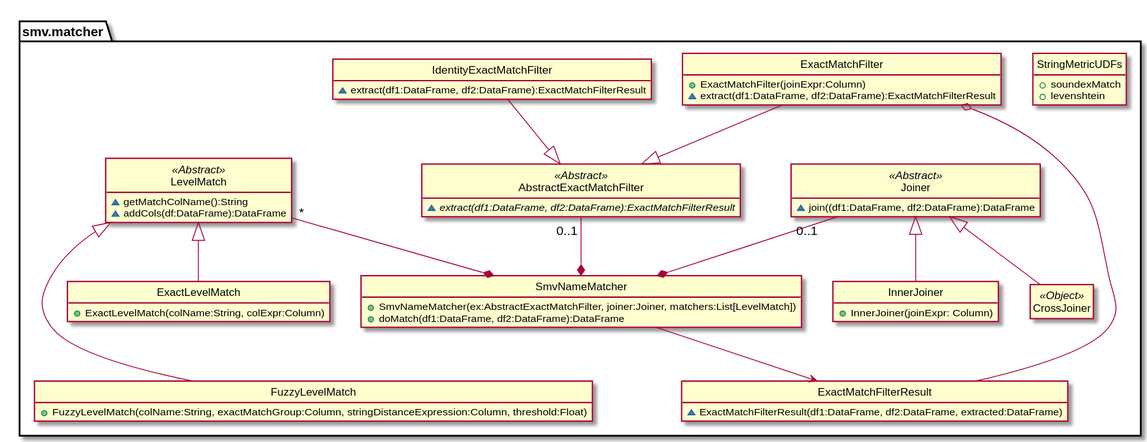
Earlier version of the PlantUML export docs/design/SmvNameMatcher/SmvNameMatcher.svg (TresAmigosSD/SMV). Its source is kept beside it as docs/design/SmvNameMatcher/SmvNameMatcher.puml. Source of this version:
```plantuml
@startuml
hide empty methods
hide empty fields
hide circle

package smv.matcher {
    class StringMetricUDFs {
        +soundexMatch
        +levenshtein
    }

    class SmvNameMatcher{
        +SmvNameMatcher(ex:AbstractExactMatchFilter, clm:CommonLevelMatcher, matchers:List[LevelMatcher])
        +doMatch(df1:DataFrame, df2:DataFrame):DataFrame
    }

    class ExactMatchFilterResult {
        ~ExactMatchFilterResult(remainingDF1:DataFrame, remainingDF2:DataFrame, extracted:DataFrame)
    }

    class AbstractExactMatchFilter <<Abstract>> {
        ~ {abstract} extract(df1:DataFrame, df2:DataFrame):ExactMatchFilterResult
    }

    class ExactMatchFilter{
        +ExactMatchFilter(colName: String, expr:Column)
        ~extract(df1:DataFrame, df2:DataFrame):ExactMatchFilterResult
    }

    class IdentityExactMatchFilter {
        ~extract(df1:DataFrame, df2:DataFrame):ExactMatchFilterResult
    }

    class CommonLevelMatcher <<Abstract>> {
        ~ {abstract} join((df1:DataFrame, df2:DataFrame):DataFrame
    }

    class CommonLevelMatcherExpression {
        +CommonLevelMatcherExpression(expr: Column)
        ~join((df1:DataFrame, df2:DataFrame):DataFrame
    }

    class CommonLevelMatcherNone <<Object>> {
        ~join((df1:DataFrame, df2:DataFrame):DataFrame
    }

    class LevelMatcher <<Abstract>> {
        ~getMatchColName():String
        ~addCols(df:DataFrame):DataFrame
    }

    class ExactLevelMatcher {
        +ExactLevelMatcher(colName:String, exactMatchExpression:Column)
    }

    class FuzzyLevelMatcher {
        +FuzzyLevelMatcher(colName:String, exactMatchExpression:Column, stringDistanceExpression:Column, threshold:Float)
    }
}

AbstractExactMatchFilter "0..1" --* SmvNameMatcher
CommonLevelMatcher "0..1" --* SmvNameMatcher
LevelMatcher "*" --* SmvNameMatcher

LevelMatcher <|-- ExactLevelMatcher
LevelMatcher <|--- FuzzyLevelMatcher

CommonLevelMatcher <|-- CommonLevelMatcherExpression
CommonLevelMatcher <|-- CommonLevelMatcherNone

IdentityExactMatchFilter --|> AbstractExactMatchFilter
ExactMatchFilter --|> AbstractExactMatchFilter

ExactMatchFilter o-- ExactMatchFilterResult
IdentityExactMatchFilter o-- ExactMatchFilterResult
SmvNameMatcher --> ExactMatchFilterResult

@enduml
```
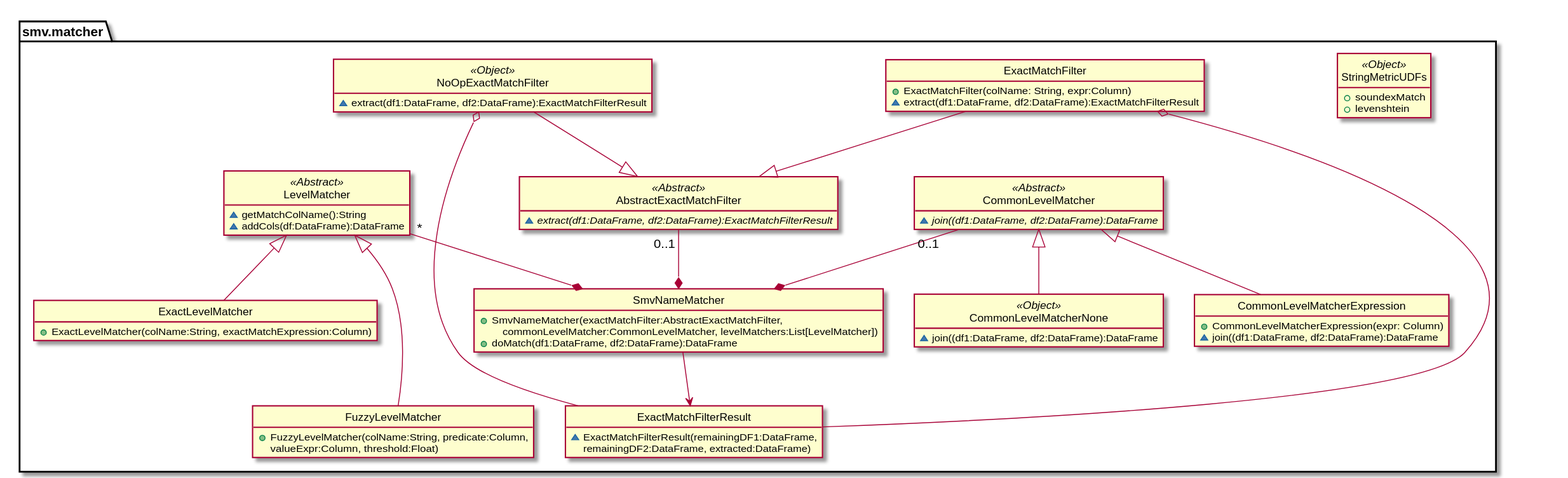
After the commit.

Commit message:
Bit of documentation and some name changes

Diff of the diagram source:
```diff
@@ -4,18 +4,20 @@
 hide circle
 
 package smv.matcher {
-    class StringMetricUDFs {
+    class StringMetricUDFs <<Object>> {
         +soundexMatch
         +levenshtein
     }
 
     class SmvNameMatcher{
-        +SmvNameMatcher(ex:AbstractExactMatchFilter, clm:CommonLevelMatcher, matchers:List[LevelMatcher])
+        +SmvNameMatcher(exactMatchFilter:AbstractExactMatchFilter,
+            commonLevelMatcher:CommonLevelMatcher, levelMatchers:List[LevelMatcher])
         +doMatch(df1:DataFrame, df2:DataFrame):DataFrame
     }
 
     class ExactMatchFilterResult {
-        ~ExactMatchFilterResult(remainingDF1:DataFrame, remainingDF2:DataFrame, extracted:DataFrame)
+        ~ExactMatchFilterResult(remainingDF1:DataFrame,
+        remainingDF2:DataFrame, extracted:DataFrame)
     }
 
     class AbstractExactMatchFilter <<Abstract>> {
@@ -27,7 +29,7 @@
         ~extract(df1:DataFrame, df2:DataFrame):ExactMatchFilterResult
     }
 
-    class IdentityExactMatchFilter {
+    class NoOpExactMatchFilter <<Object>> {
         ~extract(df1:DataFrame, df2:DataFrame):ExactMatchFilterResult
     }
 
@@ -54,7 +56,8 @@
     }
 
     class FuzzyLevelMatcher {
-        +FuzzyLevelMatcher(colName:String, exactMatchExpression:Column, stringDistanceExpression:Column, threshold:Float)
+        +FuzzyLevelMatcher(colName:String, predicate:Column,
+        valueExpr:Column, threshold:Float)
     }
 }
 
@@ -68,11 +71,11 @@
 CommonLevelMatcher <|-- CommonLevelMatcherExpression
 CommonLevelMatcher <|-- CommonLevelMatcherNone
 
-IdentityExactMatchFilter --|> AbstractExactMatchFilter
+NoOpExactMatchFilter --|> AbstractExactMatchFilter
 ExactMatchFilter --|> AbstractExactMatchFilter
 
 ExactMatchFilter o-- ExactMatchFilterResult
-IdentityExactMatchFilter o-- ExactMatchFilterResult
+NoOpExactMatchFilter o-- ExactMatchFilterResult
 SmvNameMatcher --> ExactMatchFilterResult
 
 @enduml
```
